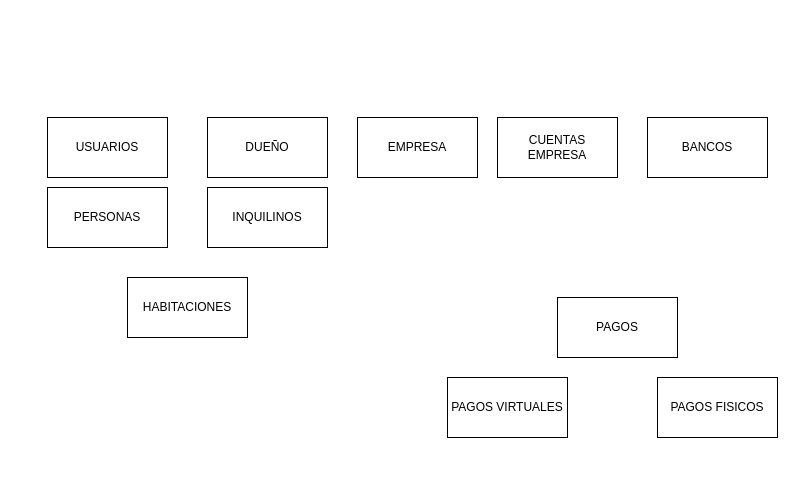
AlexisHolyoak/faustiniano keeps this draw.io diagram as Untitled Diagram.drawio. Above is the earlier version. Source tidied: cells renumbered, new cells numbered last; positions are measured from the earlier drawing's top-left corner, leaving out a move shared by most shapes. Both pictures are drawn from the tidied source at 100%, with x=0, y=0 at pixel (47, 117).
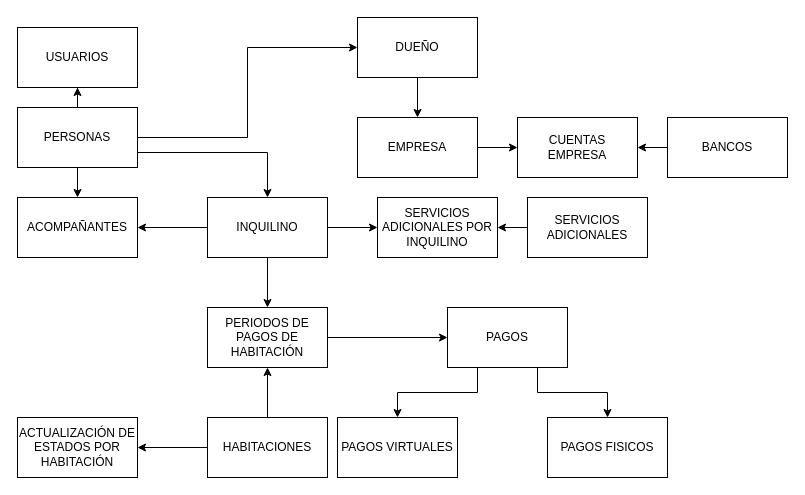
The same diagram, later.

The change refers to these unchanged cells:
```xml
<mxCell id="6" value="EMPRESA" style="rounded=0;whiteSpace=wrap;html=1;" parent="1" vertex="1">
  <mxGeometry x="310" width="120" height="60" as="geometry" />
</mxCell>
```

What changed in the source:
```diff
@@
+    <mxCell id="13" style="edgeStyle=orthogonalEdgeStyle;rounded=0;jettySize=auto;html=1;entryX=0.5;entryY=1;entryDx=0;entryDy=0;" parent="1" edge="1" source="2" target="3">
+      <mxGeometry relative="1" as="geometry" />
+    </mxCell>
+    <mxCell id="14" style="edgeStyle=orthogonalEdgeStyle;rounded=0;jettySize=auto;html=1;entryX=0;entryY=0.5;entryDx=0;entryDy=0;" parent="1" edge="1" source="2" target="5">
+      <mxGeometry relative="1" as="geometry" />
+    </mxCell>
+    <mxCell id="15" style="edgeStyle=orthogonalEdgeStyle;rounded=0;jettySize=auto;html=1;entryX=0.5;entryY=0;entryDx=0;entryDy=0;" parent="1" edge="1" source="2" target="32">
+      <mxGeometry relative="1" as="geometry" />
+    </mxCell>
+    <mxCell id="16" style="edgeStyle=orthogonalEdgeStyle;rounded=0;jettySize=auto;html=1;exitX=1;exitY=0.75;exitDx=0;exitDy=0;" parent="1" edge="1" source="2" target="4">
+      <mxGeometry relative="1" as="geometry" />
+    </mxCell>
     <mxCell id="2" value="PERSONAS" style="rounded=0;whiteSpace=wrap;html=1;" parent="1" vertex="1">
-      <mxGeometry y="70" width="120" height="60" as="geometry" />
+      <mxGeometry x="-30" y="-10" width="120" height="60" as="geometry" />
     </mxCell>
     <mxCell id="3" value="USUARIOS" style="rounded=0;whiteSpace=wrap;html=1;" parent="1" vertex="1">
-      <mxGeometry width="120" height="60" as="geometry" />
+      <mxGeometry x="-30" y="-90" width="120" height="60" as="geometry" />
     </mxCell>
+    <mxCell id="17" style="edgeStyle=orthogonalEdgeStyle;rounded=0;jettySize=auto;html=1;entryX=0.5;entryY=0;entryDx=0;entryDy=0;" parent="1" edge="1" source="4" target="31">
+      <mxGeometry relative="1" as="geometry" />
+    </mxCell>
+    <mxCell id="18" style="edgeStyle=orthogonalEdgeStyle;rounded=0;jettySize=auto;html=1;" parent="1" edge="1" source="4" target="32">
+      <mxGeometry relative="1" as="geometry" />
+    </mxCell>
+    <mxCell id="19" style="edgeStyle=orthogonalEdgeStyle;rounded=0;jettySize=auto;html=1;entryX=0;entryY=0.5;entryDx=0;entryDy=0;" parent="1" edge="1" source="4" target="29">
+      <mxGeometry relative="1" as="geometry" />
+    </mxCell>
-    <mxCell id="4" value="INQUILINOS" style="rounded=0;whiteSpace=wrap;html=1;" parent="1" vertex="1">
-      <mxGeometry x="160" y="70" width="120" height="60" as="geometry" />
+    <mxCell id="4" value="INQUILINO" style="rounded=0;whiteSpace=wrap;html=1;" parent="1" vertex="1">
+      <mxGeometry x="160" y="80" width="120" height="60" as="geometry" />
     </mxCell>
+    <mxCell id="20" style="edgeStyle=orthogonalEdgeStyle;rounded=0;jettySize=auto;html=1;entryX=0.5;entryY=0;entryDx=0;entryDy=0;" parent="1" edge="1" source="5" target="6">
+      <mxGeometry relative="1" as="geometry" />
+    </mxCell>
     <mxCell id="5" value="DUEÑO" style="rounded=0;whiteSpace=wrap;html=1;" parent="1" vertex="1">
-      <mxGeometry x="160" width="120" height="60" as="geometry" />
+      <mxGeometry x="310" y="-100" width="120" height="60" as="geometry" />
     </mxCell>
+    <mxCell id="21" style="edgeStyle=orthogonalEdgeStyle;rounded=0;jettySize=auto;html=1;entryX=0;entryY=0.5;entryDx=0;entryDy=0;" parent="1" edge="1" source="6" target="7">
+      <mxGeometry relative="1" as="geometry" />
+    </mxCell>
@@
     <mxCell id="7" value="CUENTAS EMPRESA" style="rounded=0;whiteSpace=wrap;html=1;" parent="1" vertex="1">
-      <mxGeometry x="450" width="120" height="60" as="geometry" />
+      <mxGeometry x="470" width="120" height="60" as="geometry" />
     </mxCell>
+    <mxCell id="22" style="edgeStyle=orthogonalEdgeStyle;rounded=0;jettySize=auto;html=1;entryX=1;entryY=0.5;entryDx=0;entryDy=0;" parent="1" edge="1" source="8" target="7">
+      <mxGeometry relative="1" as="geometry" />
+    </mxCell>
     <mxCell id="8" value="BANCOS" style="rounded=0;whiteSpace=wrap;html=1;" parent="1" vertex="1">
-      <mxGeometry x="600" width="120" height="60" as="geometry" />
+      <mxGeometry x="620" width="120" height="60" as="geometry" />
     </mxCell>
+    <mxCell id="23" style="edgeStyle=orthogonalEdgeStyle;rounded=0;jettySize=auto;html=1;" parent="1" edge="1" source="9" target="31">
+      <mxGeometry relative="1" as="geometry" />
+    </mxCell>
+    <mxCell id="24" style="edgeStyle=orthogonalEdgeStyle;rounded=0;jettySize=auto;html=1;entryX=1;entryY=0.5;entryDx=0;entryDy=0;" parent="1" edge="1" source="9" target="33">
+      <mxGeometry relative="1" as="geometry" />
+    </mxCell>
     <mxCell id="9" value="HABITACIONES" style="rounded=0;whiteSpace=wrap;html=1;" parent="1" vertex="1">
-      <mxGeometry x="80" y="160" width="120" height="60" as="geometry" />
+      <mxGeometry x="160" y="300" width="120" height="60" as="geometry" />
     </mxCell>
+    <mxCell id="25" style="edgeStyle=orthogonalEdgeStyle;rounded=0;jettySize=auto;html=1;exitX=0.25;exitY=1;exitDx=0;exitDy=0;" parent="1" edge="1" source="10" target="11">
+      <mxGeometry relative="1" as="geometry" />
+    </mxCell>
+    <mxCell id="26" style="edgeStyle=orthogonalEdgeStyle;rounded=0;jettySize=auto;html=1;exitX=0.75;exitY=1;exitDx=0;exitDy=0;entryX=0.5;entryY=0;entryDx=0;entryDy=0;" parent="1" edge="1" source="10" target="12">
+      <mxGeometry relative="1" as="geometry" />
+    </mxCell>
     <mxCell id="10" value="PAGOS" style="rounded=0;whiteSpace=wrap;html=1;" parent="1" vertex="1">
-      <mxGeometry x="510" y="180" width="120" height="60" as="geometry" />
+      <mxGeometry x="400" y="190" width="120" height="60" as="geometry" />
     </mxCell>
     <mxCell id="11" value="PAGOS VIRTUALES" style="rounded=0;whiteSpace=wrap;html=1;" parent="1" vertex="1">
-      <mxGeometry x="400" y="260" width="120" height="60" as="geometry" />
+      <mxGeometry x="290" y="300" width="120" height="60" as="geometry" />
     </mxCell>
     <mxCell id="12" value="PAGOS FISICOS" style="rounded=0;whiteSpace=wrap;html=1;" parent="1" vertex="1">
-      <mxGeometry x="610" y="260" width="120" height="60" as="geometry" />
+      <mxGeometry x="500" y="300" width="120" height="60" as="geometry" />
     </mxCell>
+    <mxCell id="27" style="edgeStyle=orthogonalEdgeStyle;rounded=0;jettySize=auto;html=1;entryX=1;entryY=0.5;entryDx=0;entryDy=0;" parent="1" edge="1" source="28" target="29">
+      <mxGeometry relative="1" as="geometry" />
+    </mxCell>
+    <mxCell id="28" value="SERVICIOS ADICIONALES" style="rounded=0;whiteSpace=wrap;html=1;" parent="1" vertex="1">
+      <mxGeometry x="480" y="80" width="120" height="60" as="geometry" />
+    </mxCell>
+    <mxCell id="29" value="SERVICIOS ADICIONALES POR INQUILINO" style="rounded=0;whiteSpace=wrap;html=1;" parent="1" vertex="1">
+      <mxGeometry x="330" y="80" width="120" height="60" as="geometry" />
+    </mxCell>
+    <mxCell id="30" style="edgeStyle=orthogonalEdgeStyle;rounded=0;jettySize=auto;html=1;" parent="1" edge="1" source="31" target="10">
+      <mxGeometry relative="1" as="geometry" />
+    </mxCell>
+    <mxCell id="31" value="PERIODOS DE PAGOS DE HABITACIÓN" style="rounded=0;whiteSpace=wrap;html=1;" parent="1" vertex="1">
+      <mxGeometry x="160" y="190" width="120" height="60" as="geometry" />
+    </mxCell>
+    <mxCell id="32" value="ACOMPAÑANTES" style="rounded=0;whiteSpace=wrap;html=1;" parent="1" vertex="1">
+      <mxGeometry x="-30" y="80" width="120" height="60" as="geometry" />
+    </mxCell>
+    <mxCell id="33" value="ACTUALIZACIÓN DE ESTADOS POR HABITACIÓN" style="rounded=0;whiteSpace=wrap;html=1;" parent="1" vertex="1">
+      <mxGeometry x="-30" y="300" width="120" height="60" as="geometry" />
+    </mxCell>
```
